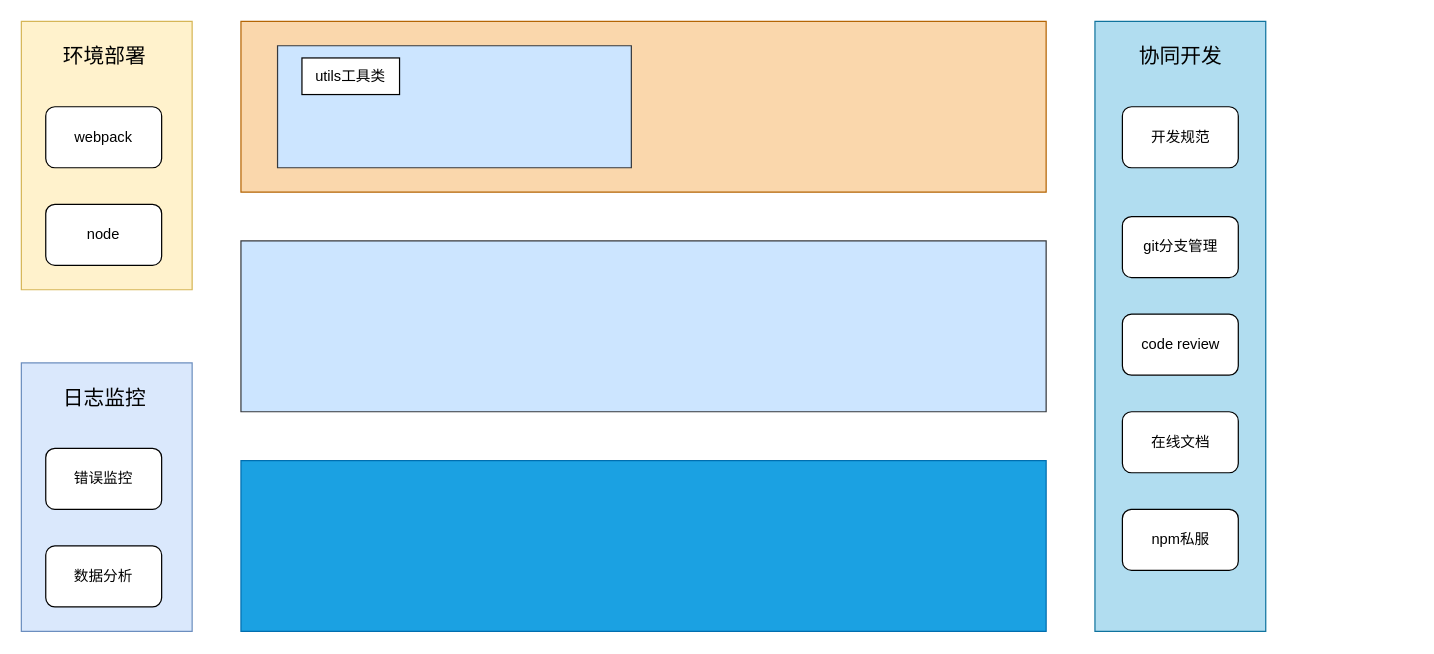
Earlier version of the draw.io diagram doc/Untitled Diagram.drawio (xuhoo/d2-admin). Source tidied: cells renumbered, new cells numbered last; positions are measured from the earlier drawing's top-left corner, leaving out a move shared by most shapes. Both pictures are drawn from the tidied source at 122%, with x=0, y=0 at pixel (21, 21).
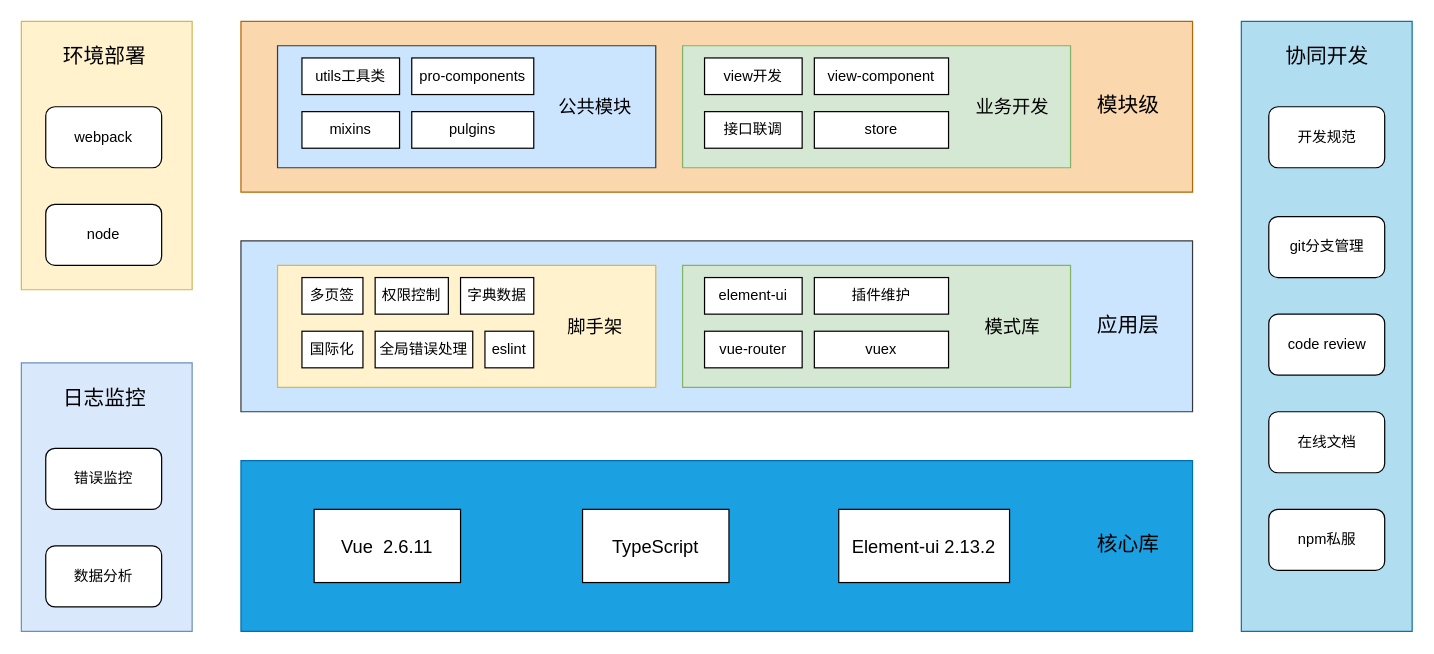
The same page after the edit.

Diff of the diagram source:
```diff
@@
     <mxCell id="10" style="verticalLabelPosition=bottom;verticalAlign=top;html=1;shape=mxgraph.basic.rect;fillColor2=none;strokeWidth=1;size=20;indent=5;direction=west;fillColor=#fad7ac;strokeColor=#b46504;" parent="1" vertex="1">
-      <mxGeometry x="180" width="660" height="140" as="geometry" />
+      <mxGeometry x="180" width="780" height="140" as="geometry" />
     </mxCell>
     <mxCell id="11" style="verticalLabelPosition=bottom;verticalAlign=top;html=1;shape=mxgraph.basic.rect;fillColor2=none;strokeWidth=1;size=20;indent=5;direction=west;fillColor=#cce5ff;strokeColor=#36393d;" parent="1" vertex="1">
-      <mxGeometry x="180" y="180" width="660" height="140" as="geometry" />
+      <mxGeometry x="180" y="180" width="780" height="140" as="geometry" />
     </mxCell>
     <mxCell id="12" style="verticalLabelPosition=bottom;verticalAlign=top;html=1;shape=mxgraph.basic.rect;fillColor2=none;strokeWidth=1;size=20;indent=5;direction=west;fillColor=#1ba1e2;strokeColor=#006EAF;fontColor=#ffffff;" parent="1" vertex="1">
-      <mxGeometry x="180" y="360" width="660" height="140" as="geometry" />
+      <mxGeometry x="180" y="360" width="780" height="140" as="geometry" />
     </mxCell>
     <mxCell id="13" style="verticalLabelPosition=bottom;verticalAlign=top;html=1;shape=mxgraph.basic.rect;fillColor2=none;strokeWidth=1;size=20;indent=5;direction=south;fillColor=#b1ddf0;strokeColor=#10739e;" parent="1" vertex="1">
-      <mxGeometry x="880" width="140" height="500" as="geometry" />
+      <mxGeometry x="1000" width="140" height="500" as="geometry" />
     </mxCell>
     <mxCell id="14" value="协同开发" style="text;html=1;align=center;verticalAlign=middle;fillColor=none;strokeColor=none;rounded=0;strokeWidth=1;fontSize=17;" parent="1" vertex="1">
-      <mxGeometry x="910" y="15" width="80" height="30" as="geometry" />
+      <mxGeometry x="1030" y="15" width="80" height="30" as="geometry" />
     </mxCell>
     <mxCell id="15" value="开发规范" style="rounded=1;whiteSpace=wrap;html=1;fontSize=12;strokeWidth=1;align=center;" parent="1" vertex="1">
-      <mxGeometry x="902.5" y="70" width="95" height="50" as="geometry" />
+      <mxGeometry x="1022.5" y="70" width="95" height="50" as="geometry" />
     </mxCell>
     <mxCell id="16" value="git分支管理" style="rounded=1;whiteSpace=wrap;html=1;fontSize=12;strokeWidth=1;align=center;" parent="1" vertex="1">
-      <mxGeometry x="902.5" y="160" width="95" height="50" as="geometry" />
+      <mxGeometry x="1022.5" y="160" width="95" height="50" as="geometry" />
     </mxCell>
     <mxCell id="17" value="code review" style="rounded=1;whiteSpace=wrap;html=1;fontSize=12;strokeWidth=1;align=center;" parent="1" vertex="1">
-      <mxGeometry x="902.5" y="240" width="95" height="50" as="geometry" />
+      <mxGeometry x="1022.5" y="240" width="95" height="50" as="geometry" />
     </mxCell>
     <mxCell id="18" value="在线文档" style="rounded=1;whiteSpace=wrap;html=1;fontSize=12;strokeWidth=1;align=center;" parent="1" vertex="1">
-      <mxGeometry x="902.5" y="320" width="95" height="50" as="geometry" />
+      <mxGeometry x="1022.5" y="320" width="95" height="50" as="geometry" />
     </mxCell>
     <mxCell id="19" value="npm私服" style="rounded=1;whiteSpace=wrap;html=1;fontSize=12;strokeWidth=1;align=center;" parent="1" vertex="1">
-      <mxGeometry x="902.5" y="400" width="95" height="50" as="geometry" />
+      <mxGeometry x="1022.5" y="400" width="95" height="50" as="geometry" />
     </mxCell>
     <mxCell id="20" style="verticalLabelPosition=bottom;verticalAlign=top;html=1;shape=mxgraph.basic.rect;fillColor2=none;strokeWidth=1;size=20;indent=5;direction=west;fillColor=#cce5ff;strokeColor=#36393d;" parent="1" vertex="1">
-      <mxGeometry x="210" y="20" width="290" height="100" as="geometry" />
+      <mxGeometry x="210" y="20" width="310" height="100" as="geometry" />
     </mxCell>
@@
+    <mxCell id="22" value="pro-components" style="rounded=0;whiteSpace=wrap;html=1;fontSize=12;strokeWidth=1;align=center;" parent="1" vertex="1">
+      <mxGeometry x="320" y="30" width="100" height="30" as="geometry" />
+    </mxCell>
+    <mxCell id="23" value="公共模块" style="text;html=1;align=center;verticalAlign=middle;fillColor=none;strokeColor=none;rounded=0;strokeWidth=1;fontSize=15;" parent="1" vertex="1">
+      <mxGeometry x="430" y="60" width="80" height="20" as="geometry" />
+    </mxCell>
+    <mxCell id="24" value="mixins" style="rounded=0;whiteSpace=wrap;html=1;fontSize=12;strokeWidth=1;align=center;" parent="1" vertex="1">
+      <mxGeometry x="230" y="74" width="80" height="30" as="geometry" />
+    </mxCell>
+    <mxCell id="25" value="pulgins" style="rounded=0;whiteSpace=wrap;html=1;fontSize=12;strokeWidth=1;align=center;" parent="1" vertex="1">
+      <mxGeometry x="320" y="74" width="100" height="30" as="geometry" />
+    </mxCell>
+    <mxCell id="26" style="verticalLabelPosition=bottom;verticalAlign=top;html=1;shape=mxgraph.basic.rect;fillColor2=none;strokeWidth=1;size=20;indent=5;direction=west;fillColor=#d5e8d4;strokeColor=#82b366;" parent="1" vertex="1">
+      <mxGeometry x="542" y="20" width="318" height="100" as="geometry" />
+    </mxCell>
+    <mxCell id="27" value="view开发" style="rounded=0;whiteSpace=wrap;html=1;fontSize=12;strokeWidth=1;align=center;" parent="1" vertex="1">
+      <mxGeometry x="560" y="30" width="80" height="30" as="geometry" />
+    </mxCell>
+    <mxCell id="28" value="view-component" style="rounded=0;whiteSpace=wrap;html=1;fontSize=12;strokeWidth=1;align=center;" parent="1" vertex="1">
+      <mxGeometry x="650" y="30" width="110" height="30" as="geometry" />
+    </mxCell>
+    <mxCell id="29" value="业务开发" style="text;html=1;align=center;verticalAlign=middle;fillColor=none;strokeColor=none;rounded=0;strokeWidth=1;fontSize=15;" parent="1" vertex="1">
+      <mxGeometry x="772" y="60" width="80" height="20" as="geometry" />
+    </mxCell>
+    <mxCell id="30" value="接口联调" style="rounded=0;whiteSpace=wrap;html=1;fontSize=12;strokeWidth=1;align=center;" parent="1" vertex="1">
+      <mxGeometry x="560" y="74" width="80" height="30" as="geometry" />
+    </mxCell>
+    <mxCell id="31" value="store" style="rounded=0;whiteSpace=wrap;html=1;fontSize=12;strokeWidth=1;align=center;" parent="1" vertex="1">
+      <mxGeometry x="650" y="74" width="110" height="30" as="geometry" />
+    </mxCell>
+    <mxCell id="32" value="模块级" style="text;html=1;align=center;verticalAlign=middle;fillColor=none;strokeColor=none;rounded=0;strokeWidth=1;fontSize=17;" parent="1" vertex="1">
+      <mxGeometry x="872" y="55" width="70" height="30" as="geometry" />
+    </mxCell>
+    <mxCell id="33" style="verticalLabelPosition=bottom;verticalAlign=top;html=1;shape=mxgraph.basic.rect;fillColor2=none;strokeWidth=1;size=20;indent=5;direction=west;fillColor=#fff2cc;strokeColor=#d6b656;" parent="1" vertex="1">
+      <mxGeometry x="210" y="200" width="310" height="100" as="geometry" />
+    </mxCell>
+    <mxCell id="34" value="多页签" style="rounded=0;whiteSpace=wrap;html=1;fontSize=12;strokeWidth=1;align=center;" parent="1" vertex="1">
+      <mxGeometry x="230" y="210" width="50" height="30" as="geometry" />
+    </mxCell>
+    <mxCell id="35" value="权限控制" style="rounded=0;whiteSpace=wrap;html=1;fontSize=12;strokeWidth=1;align=center;" parent="1" vertex="1">
+      <mxGeometry x="290" y="210" width="60" height="30" as="geometry" />
+    </mxCell>
+    <mxCell id="36" value="脚手架" style="text;html=1;align=center;verticalAlign=middle;fillColor=none;strokeColor=none;rounded=0;strokeWidth=1;fontSize=15;" parent="1" vertex="1">
+      <mxGeometry x="440" y="240" width="60" height="20" as="geometry" />
+    </mxCell>
+    <mxCell id="37" value="国际化" style="rounded=0;whiteSpace=wrap;html=1;fontSize=12;strokeWidth=1;align=center;" parent="1" vertex="1">
+      <mxGeometry x="230" y="254" width="50" height="30" as="geometry" />
+    </mxCell>
+    <mxCell id="38" value="全局错误处理" style="rounded=0;whiteSpace=wrap;html=1;fontSize=12;strokeWidth=1;align=center;" parent="1" vertex="1">
+      <mxGeometry x="290" y="254" width="80" height="30" as="geometry" />
+    </mxCell>
+    <mxCell id="39" value="字典数据" style="rounded=0;whiteSpace=wrap;html=1;fontSize=12;strokeWidth=1;align=center;" parent="1" vertex="1">
+      <mxGeometry x="360" y="210" width="60" height="30" as="geometry" />
+    </mxCell>
+    <mxCell id="40" value="eslint" style="rounded=0;whiteSpace=wrap;html=1;fontSize=12;strokeWidth=1;align=center;" parent="1" vertex="1">
+      <mxGeometry x="380" y="254" width="40" height="30" as="geometry" />
+    </mxCell>
+    <mxCell id="41" value="应用层" style="text;html=1;align=center;verticalAlign=middle;fillColor=none;strokeColor=none;rounded=0;strokeWidth=1;fontSize=17;" parent="1" vertex="1">
+      <mxGeometry x="872" y="235" width="70" height="30" as="geometry" />
+    </mxCell>
+    <mxCell id="42" style="verticalLabelPosition=bottom;verticalAlign=top;html=1;shape=mxgraph.basic.rect;fillColor2=none;strokeWidth=1;size=20;indent=5;direction=west;fillColor=#d5e8d4;strokeColor=#82b366;" parent="1" vertex="1">
+      <mxGeometry x="542" y="200" width="318" height="100" as="geometry" />
+    </mxCell>
+    <mxCell id="43" value="element-ui" style="rounded=0;whiteSpace=wrap;html=1;fontSize=12;strokeWidth=1;align=center;" parent="1" vertex="1">
+      <mxGeometry x="560" y="210" width="80" height="30" as="geometry" />
+    </mxCell>
+    <mxCell id="44" value="插件维护" style="rounded=0;whiteSpace=wrap;html=1;fontSize=12;strokeWidth=1;align=center;" parent="1" vertex="1">
+      <mxGeometry x="650" y="210" width="110" height="30" as="geometry" />
+    </mxCell>
+    <mxCell id="45" value="模式库" style="text;html=1;align=center;verticalAlign=middle;fillColor=none;strokeColor=none;rounded=0;strokeWidth=1;fontSize=15;" parent="1" vertex="1">
+      <mxGeometry x="782" y="240" width="60" height="20" as="geometry" />
+    </mxCell>
+    <mxCell id="46" value="vue-router" style="rounded=0;whiteSpace=wrap;html=1;fontSize=12;strokeWidth=1;align=center;" parent="1" vertex="1">
+      <mxGeometry x="560" y="254" width="80" height="30" as="geometry" />
+    </mxCell>
+    <mxCell id="47" value="vuex" style="rounded=0;whiteSpace=wrap;html=1;fontSize=12;strokeWidth=1;align=center;" parent="1" vertex="1">
+      <mxGeometry x="650" y="254" width="110" height="30" as="geometry" />
+    </mxCell>
+    <mxCell id="48" value="核心库" style="text;html=1;align=center;verticalAlign=middle;fillColor=none;strokeColor=none;rounded=0;strokeWidth=1;fontSize=17;" parent="1" vertex="1">
+      <mxGeometry x="872" y="415" width="70" height="30" as="geometry" />
+    </mxCell>
+    <mxCell id="49" value="Vue&amp;nbsp; 2.6.11" style="rounded=0;whiteSpace=wrap;html=1;fontSize=15;strokeWidth=1;align=center;" parent="1" vertex="1">
+      <mxGeometry x="240" y="400" width="120" height="60" as="geometry" />
+    </mxCell>
+    <mxCell id="50" value="Element-ui 2.13.2" style="rounded=0;whiteSpace=wrap;html=1;fontSize=15;strokeWidth=1;align=center;" parent="1" vertex="1">
+      <mxGeometry x="670" y="400" width="140" height="60" as="geometry" />
+    </mxCell>
+    <mxCell id="51" value="TypeScript" style="rounded=0;whiteSpace=wrap;html=1;fontSize=15;strokeWidth=1;align=center;" parent="1" vertex="1">
+      <mxGeometry x="460" y="400" width="120" height="60" as="geometry" />
+    </mxCell>
```
